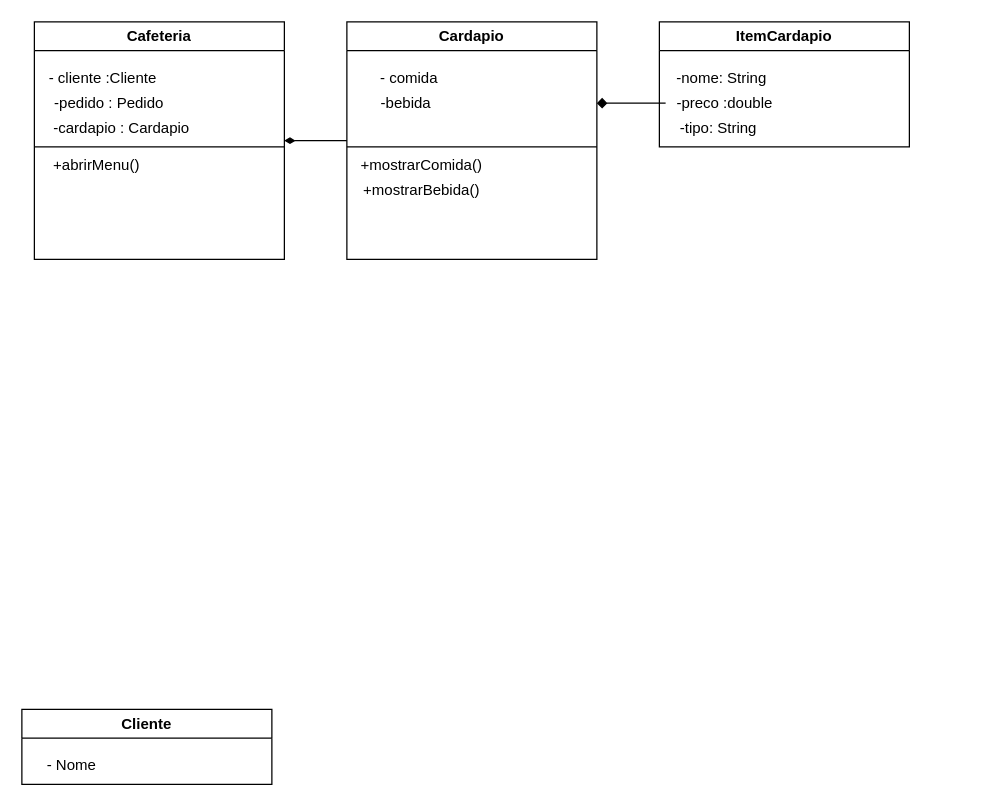
The draw.io diagram DiagramaUML.drawio in XandeBlu/Cafeteria-OO, before the edit. Source tidied: cells renumbered, new cells numbered last; positions are measured from the earlier drawing's top-left corner, leaving out a move shared by most shapes. Both pictures are drawn from the tidied source at 125%, with x=0, y=0 at pixel (21, 21).
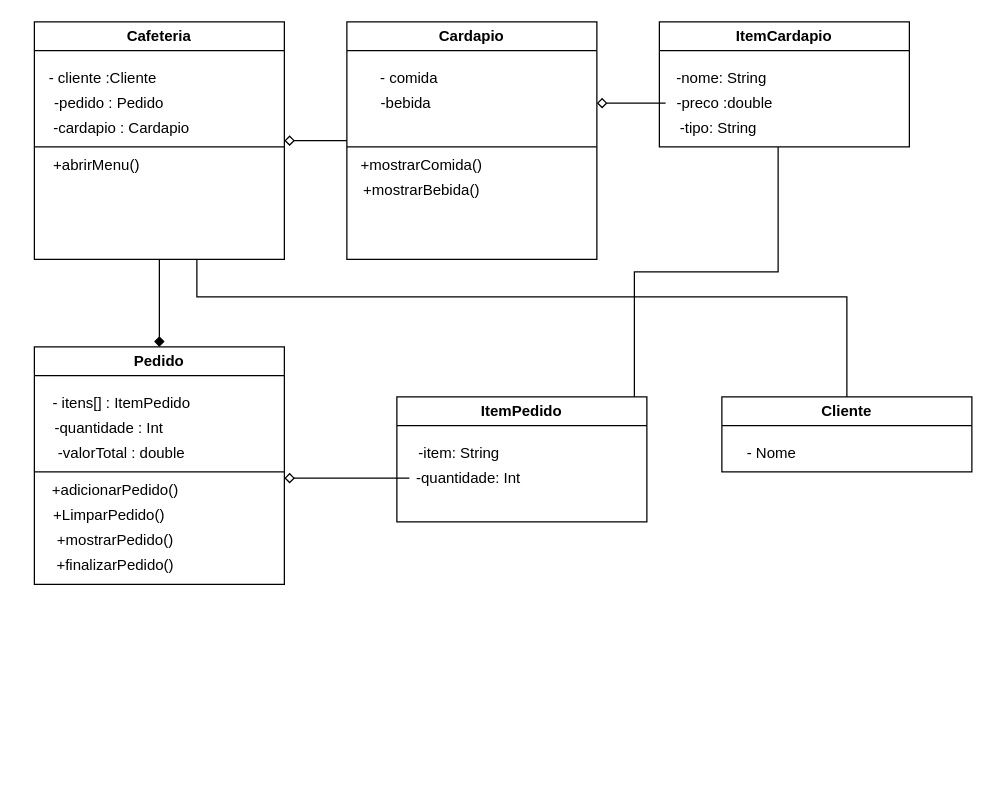
The same diagram, later.

Unchanged cells that the change refers to:
```xml
<mxCell id="4" value="Cafeteria" style="swimlane;whiteSpace=wrap;html=1;flipV=0;flipH=1;" parent="1" vertex="1">
  <mxGeometry x="10" width="200" height="190" as="geometry" />
</mxCell>
<mxCell id="11" value="Cardapio" style="swimlane;whiteSpace=wrap;html=1;flipV=0;flipH=1;" parent="1" vertex="1">
  <mxGeometry x="260" width="200" height="190" as="geometry" />
</mxCell>
<mxCell id="17" value="ItemCardapio" style="swimlane;whiteSpace=wrap;html=1;flipV=0;flipH=1;" parent="1" vertex="1">
  <mxGeometry x="510" width="200" height="100" as="geometry" />
</mxCell>
<mxCell id="20" value="-preco :double" style="text;strokeColor=none;align=center;fillColor=none;html=1;verticalAlign=middle;whiteSpace=wrap;rounded=0;fontFamily=Helvetica;fontSize=12;fontColor=default;" parent="17" vertex="1">
  <mxGeometry x="5" y="50" width="95" height="30" as="geometry" />
</mxCell>
<mxCell id="21" value="-tipo: String" style="text;strokeColor=none;align=center;fillColor=none;html=1;verticalAlign=middle;whiteSpace=wrap;rounded=0;fontFamily=Helvetica;fontSize=12;fontColor=default;" parent="17" vertex="1">
  <mxGeometry y="70" width="95" height="30" as="geometry" />
</mxCell>
```

The edit, as a diff of the source:
```diff
@@
     <mxCell id="2" value="Cliente" style="swimlane;whiteSpace=wrap;html=1;flipV=0;flipH=1;" parent="1" vertex="1">
-      <mxGeometry y="550" width="200" height="60" as="geometry" />
+      <mxGeometry x="560" y="300" width="200" height="60" as="geometry" />
     </mxCell>
@@
+    <mxCell id="22" style="edgeStyle=orthogonalEdgeStyle;rounded=0;jettySize=auto;html=1;entryX=0.5;entryY=0;entryDx=0;entryDy=0;fontFamily=Helvetica;fontSize=12;fontColor=default;endArrow=diamond;startFill=0;endFill=1;" parent="1" edge="1" source="4" target="24">
+      <mxGeometry relative="1" as="geometry">
+        <Array as="points">
+          <mxPoint x="110" y="210" />
+          <mxPoint x="110" y="210" />
+        </Array>
+      </mxGeometry>
+    </mxCell>
+    <mxCell id="23" style="edgeStyle=orthogonalEdgeStyle;rounded=0;jettySize=auto;html=1;entryX=0.5;entryY=0;entryDx=0;entryDy=0;fontFamily=Helvetica;fontSize=12;fontColor=default;endArrow=none;startFill=0;" parent="1" edge="1" source="4" target="2">
+      <mxGeometry relative="1" as="geometry">
+        <Array as="points">
+          <mxPoint x="140" y="220" />
+          <mxPoint x="660" y="220" />
+        </Array>
+      </mxGeometry>
+    </mxCell>
@@
-    <mxCell id="10" style="edgeStyle=orthogonalEdgeStyle;rounded=0;jettySize=auto;html=1;exitX=0;exitY=0.5;exitDx=0;exitDy=0;entryX=1;entryY=0.5;entryDx=0;entryDy=0;fontFamily=Helvetica;fontSize=12;fontColor=default;endArrow=diamondThin;endFill=1;" parent="1" edge="1" source="11" target="4">
+    <mxCell id="10" style="edgeStyle=orthogonalEdgeStyle;rounded=0;jettySize=auto;html=1;exitX=0;exitY=0.5;exitDx=0;exitDy=0;entryX=1;entryY=0.5;entryDx=0;entryDy=0;fontFamily=Helvetica;fontSize=12;fontColor=default;endArrow=diamond;endFill=0;" parent="1" edge="1" source="11" target="4">
       <mxGeometry relative="1" as="geometry" />
     </mxCell>
@@
-    <mxCell id="19" style="edgeStyle=orthogonalEdgeStyle;rounded=0;jettySize=auto;html=1;fontFamily=Helvetica;fontSize=12;fontColor=default;endArrow=diamond;endFill=1;" parent="17" edge="1" source="20">
+    <mxCell id="19" style="edgeStyle=orthogonalEdgeStyle;rounded=0;jettySize=auto;html=1;fontFamily=Helvetica;fontSize=12;fontColor=default;endArrow=diamond;endFill=0;" parent="17" edge="1" source="20">
       <mxGeometry relative="1" as="geometry">
         <mxPoint x="-50" y="65" as="targetPoint" />
       </mxGeometry>
     </mxCell>
@@
+    <mxCell id="24" value="Pedido" style="swimlane;whiteSpace=wrap;html=1;flipV=0;flipH=1;" parent="1" vertex="1">
+      <mxGeometry x="10" y="260" width="200" height="190" as="geometry" />
+    </mxCell>
+    <mxCell id="25" value="- itens[] : ItemPedido" style="text;strokeColor=none;align=center;fillColor=none;html=1;verticalAlign=middle;whiteSpace=wrap;rounded=0;fontFamily=Helvetica;fontSize=12;fontColor=default;" parent="24" vertex="1">
+      <mxGeometry x="10" y="30" width="120" height="30" as="geometry" />
+    </mxCell>
+    <mxCell id="26" value="-quantidade : Int" style="text;strokeColor=none;align=center;fillColor=none;html=1;verticalAlign=middle;whiteSpace=wrap;rounded=0;fontFamily=Helvetica;fontSize=12;fontColor=default;" parent="24" vertex="1">
+      <mxGeometry x="10" y="50" width="100" height="30" as="geometry" />
+    </mxCell>
+    <mxCell id="27" value="-valorTotal : double" style="text;strokeColor=none;align=center;fillColor=none;html=1;verticalAlign=middle;whiteSpace=wrap;rounded=0;fontFamily=Helvetica;fontSize=12;fontColor=default;" parent="24" vertex="1">
+      <mxGeometry x="10" y="70" width="120" height="30" as="geometry" />
+    </mxCell>
+    <mxCell id="28" style="endArrow=none;html=1;rounded=0;fontFamily=Helvetica;fontSize=12;fontColor=default;" parent="24" edge="1">
+      <mxGeometry relative="1" as="geometry">
+        <mxPoint y="100" as="sourcePoint" />
+        <mxPoint x="200" y="100" as="targetPoint" />
+      </mxGeometry>
+    </mxCell>
+    <mxCell id="29" value="+adicionarPedido()" style="text;strokeColor=none;align=center;fillColor=none;html=1;verticalAlign=middle;whiteSpace=wrap;rounded=0;fontFamily=Helvetica;fontSize=12;fontColor=default;" parent="24" vertex="1">
+      <mxGeometry y="100" width="130" height="30" as="geometry" />
+    </mxCell>
+    <mxCell id="30" value="+LimparPedido()" style="text;strokeColor=none;align=center;fillColor=none;html=1;verticalAlign=middle;whiteSpace=wrap;rounded=0;fontFamily=Helvetica;fontSize=12;fontColor=default;" parent="24" vertex="1">
+      <mxGeometry y="120" width="120" height="30" as="geometry" />
+    </mxCell>
+    <mxCell id="31" value="+mostrarPedido()" style="text;strokeColor=none;align=center;fillColor=none;html=1;verticalAlign=middle;whiteSpace=wrap;rounded=0;fontFamily=Helvetica;fontSize=12;fontColor=default;" parent="24" vertex="1">
+      <mxGeometry y="140" width="130" height="30" as="geometry" />
+    </mxCell>
+    <mxCell id="32" value="+finalizarPedido()" style="text;strokeColor=none;align=center;fillColor=none;html=1;verticalAlign=middle;whiteSpace=wrap;rounded=0;fontFamily=Helvetica;fontSize=12;fontColor=default;" parent="24" vertex="1">
+      <mxGeometry y="160" width="130" height="30" as="geometry" />
+    </mxCell>
+    <mxCell id="33" style="edgeStyle=orthogonalEdgeStyle;rounded=0;jettySize=auto;html=1;entryX=1;entryY=1;entryDx=0;entryDy=0;fontFamily=Helvetica;fontSize=12;fontColor=default;endArrow=none;startFill=0;" parent="1" edge="1" source="34" target="21">
+      <mxGeometry relative="1" as="geometry">
+        <Array as="points">
+          <mxPoint x="490" y="200" />
+          <mxPoint x="605" y="200" />
+        </Array>
+      </mxGeometry>
+    </mxCell>
+    <mxCell id="34" value="ItemPedido" style="swimlane;whiteSpace=wrap;html=1;flipV=0;flipH=1;" parent="1" vertex="1">
+      <mxGeometry x="300" y="300" width="200" height="100" as="geometry" />
+    </mxCell>
+    <mxCell id="35" value="-item: String" style="text;strokeColor=none;align=center;fillColor=none;html=1;verticalAlign=middle;whiteSpace=wrap;rounded=0;fontFamily=Helvetica;fontSize=12;fontColor=default;" parent="34" vertex="1">
+      <mxGeometry y="30" width="100" height="30" as="geometry" />
+    </mxCell>
+    <mxCell id="36" style="edgeStyle=orthogonalEdgeStyle;rounded=0;jettySize=auto;html=1;fontFamily=Helvetica;fontSize=12;fontColor=default;endArrow=diamond;endFill=0;" parent="34" edge="1" source="37">
+      <mxGeometry relative="1" as="geometry">
+        <mxPoint x="-90" y="65" as="targetPoint" />
+      </mxGeometry>
+    </mxCell>
+    <mxCell id="37" value="-quantidade: Int" style="text;strokeColor=none;align=center;fillColor=none;html=1;verticalAlign=middle;whiteSpace=wrap;rounded=0;fontFamily=Helvetica;fontSize=12;fontColor=default;" parent="34" vertex="1">
+      <mxGeometry x="10" y="50" width="95" height="30" as="geometry" />
+    </mxCell>
```
